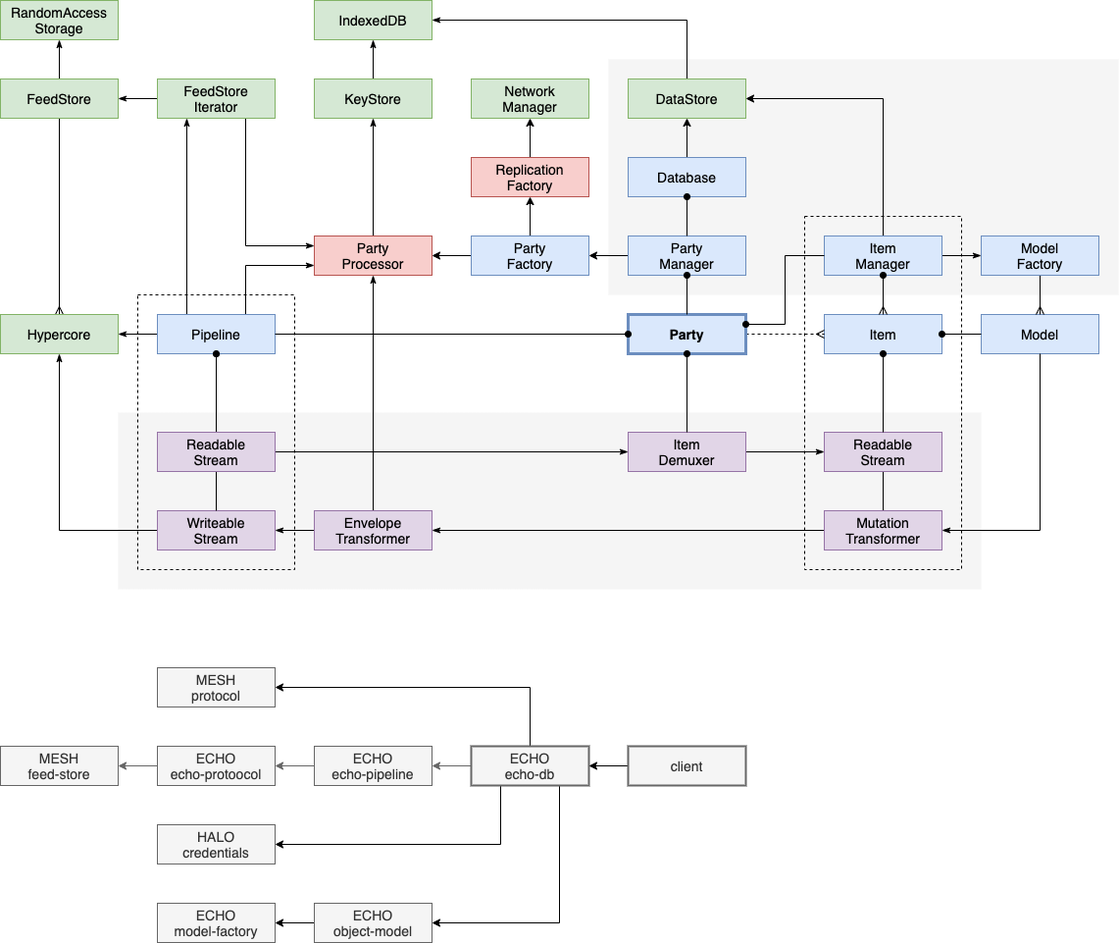
This is docs/content/diagrams/data-processing.png from dxos/dxos, a draw.io export, as it was before one commit. Source tidied: cells renumbered, new cells last; positions are measured from the earlier drawing's top-left corner, leaving out a move shared by most shapes.
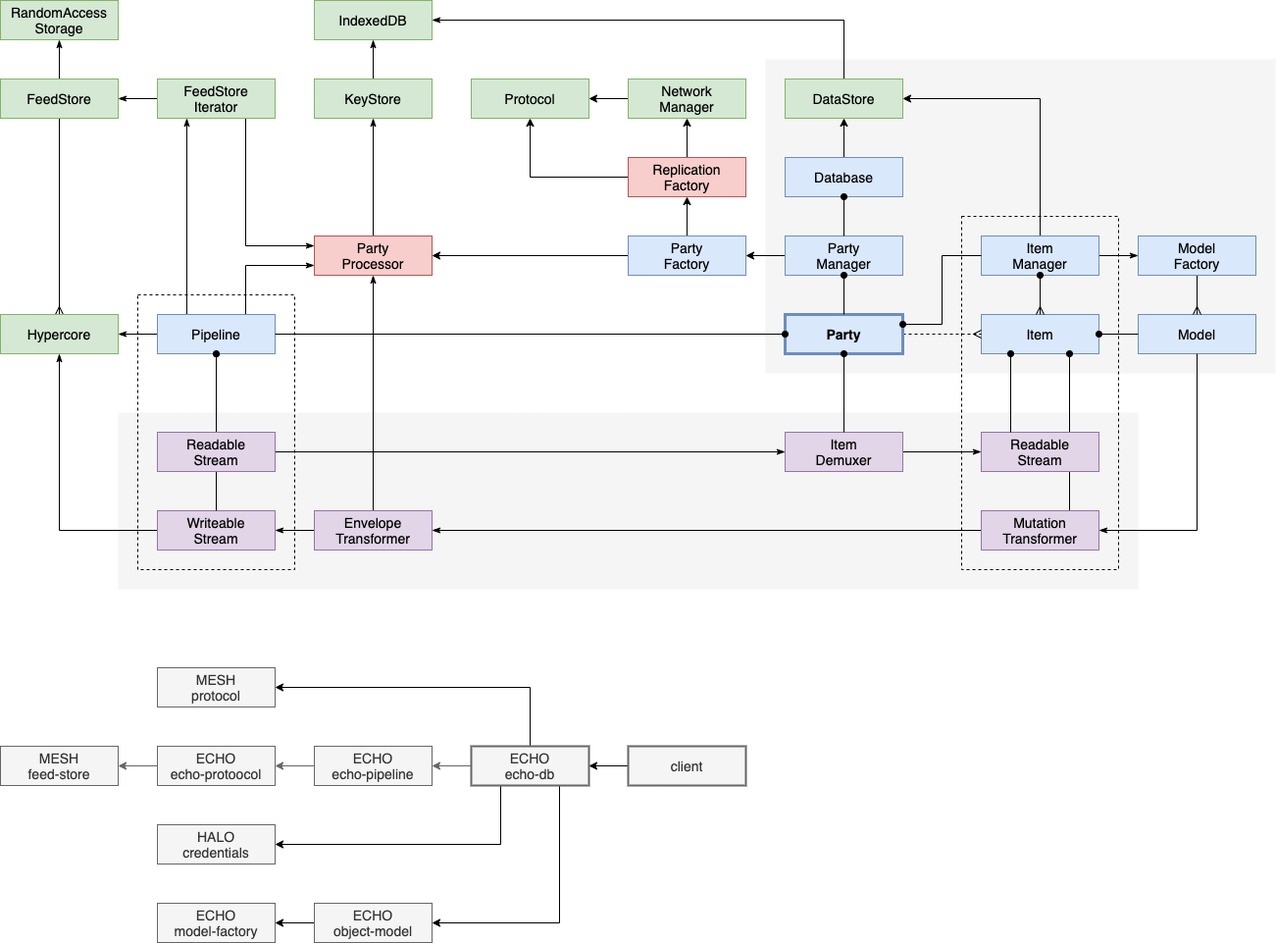
After the commit.

What changed in the source:
```diff
@@ -3,25 +3,25 @@
     <mxCell id="0" />
     <mxCell id="1" parent="0" />
     <mxCell id="2" style="rounded=0;whiteSpace=wrap;html=1;fontSize=14;fontFamily=Helvetica;fontStyle=0;fillColor=#f5f5f5;dashed=1;fontColor=#333333;strokeColor=none;" parent="1" vertex="1">
-      <mxGeometry x="120" y="420" width="880" height="180" as="geometry" />
+      <mxGeometry x="120" y="420" width="1040" height="180" as="geometry" />
     </mxCell>
     <mxCell id="3" style="rounded=0;whiteSpace=wrap;html=1;fontSize=14;fontFamily=Helvetica;fontStyle=0;fillColor=#f5f5f5;dashed=1;fontColor=#333333;strokeColor=none;" parent="1" vertex="1">
-      <mxGeometry x="620" y="60" width="520" height="240" as="geometry" />
+      <mxGeometry x="780" y="60" width="520" height="320" as="geometry" />
     </mxCell>
     <mxCell id="4" value="Item" style="rounded=0;whiteSpace=wrap;html=1;fontSize=14;fontFamily=Helvetica;fillColor=#dae8fc;strokeColor=#6c8ebf;" parent="1" vertex="1">
-      <mxGeometry x="840" y="320" width="120" height="40" as="geometry" />
+      <mxGeometry x="1000" y="320" width="120" height="40" as="geometry" />
     </mxCell>
     <mxCell id="5" style="edgeStyle=orthogonalEdgeStyle;rounded=0;jettySize=auto;html=1;exitX=0;exitY=0.5;exitDx=0;exitDy=0;entryX=1;entryY=0.5;entryDx=0;entryDy=0;startArrow=none;startFill=0;endArrow=classicThin;endFill=1;fontSize=14;" parent="1" edge="1" source="55" target="49">
       <mxGeometry relative="1" as="geometry" />
     </mxCell>
     <mxCell id="6" value="Model" style="rounded=0;whiteSpace=wrap;html=1;fontSize=14;fontFamily=Helvetica;fillColor=#dae8fc;strokeColor=#6c8ebf;" parent="1" vertex="1">
-      <mxGeometry x="1000" y="320" width="120" height="40" as="geometry" />
+      <mxGeometry x="1160" y="320" width="120" height="40" as="geometry" />
     </mxCell>
-    <mxCell id="7" style="edgeStyle=orthogonalEdgeStyle;rounded=0;jettySize=auto;html=1;exitX=0.5;exitY=1;exitDx=0;exitDy=0;endArrow=none;endFill=0;" parent="1" edge="1" source="8" target="55">
+    <mxCell id="7" style="edgeStyle=orthogonalEdgeStyle;rounded=0;jettySize=auto;html=1;exitX=0.75;exitY=1;exitDx=0;exitDy=0;endArrow=none;endFill=0;entryX=0.75;entryY=0;entryDx=0;entryDy=0;startArrow=oval;startFill=1;" parent="1" edge="1" source="4" target="55">
       <mxGeometry relative="1" as="geometry" />
     </mxCell>
     <mxCell id="8" value="Readable&lt;br style=&quot;font-size: 14px;&quot;&gt;Stream" style="rounded=0;whiteSpace=wrap;html=1;fontSize=14;fontFamily=Helvetica;fillColor=#e1d5e7;strokeColor=#9673a6;" parent="1" vertex="1">
-      <mxGeometry x="840" y="440" width="120" height="40" as="geometry" />
+      <mxGeometry x="1000" y="440" width="120" height="40" as="geometry" />
     </mxCell>
     <mxCell id="9" style="edgeStyle=orthogonalEdgeStyle;rounded=0;jettySize=auto;html=1;exitX=0;exitY=0.5;exitDx=0;exitDy=0;startArrow=none;startFill=0;endArrow=classicThin;endFill=1;fontSize=14;" parent="1" edge="1" source="10" target="24">
       <mxGeometry relative="1" as="geometry" />
@@ -33,13 +33,13 @@
       <mxGeometry relative="1" as="geometry" />
     </mxCell>
     <mxCell id="12" value="Model&lt;br style=&quot;font-size: 14px;&quot;&gt;Factory" style="rounded=0;whiteSpace=wrap;html=1;fontSize=14;fontFamily=Helvetica;fillColor=#dae8fc;strokeColor=#6c8ebf;" parent="1" vertex="1">
-      <mxGeometry x="1000" y="240" width="120" height="40" as="geometry" />
+      <mxGeometry x="1160" y="240" width="120" height="40" as="geometry" />
     </mxCell>
     <mxCell id="13" style="edgeStyle=orthogonalEdgeStyle;rounded=0;jettySize=auto;html=1;exitX=1;exitY=0.5;exitDx=0;exitDy=0;endArrow=ERmany;endFill=0;fontFamily=Helvetica;fontSize=14;dashed=1;" parent="1" edge="1" source="14" target="4">
       <mxGeometry relative="1" as="geometry" />
     </mxCell>
     <mxCell id="14" value="Party" style="rounded=0;whiteSpace=wrap;html=1;fontSize=14;fontFamily=Helvetica;fillColor=#dae8fc;strokeColor=#6c8ebf;strokeWidth=3;fontStyle=1;" parent="1" vertex="1">
-      <mxGeometry x="640" y="320" width="120" height="40" as="geometry" />
+      <mxGeometry x="800" y="320" width="120" height="40" as="geometry" />
     </mxCell>
     <mxCell id="15" style="edgeStyle=orthogonalEdgeStyle;rounded=0;jettySize=auto;html=1;exitX=0.5;exitY=1;exitDx=0;exitDy=0;entryX=0.5;entryY=0;entryDx=0;entryDy=0;endArrow=ERmany;endFill=0;fontFamily=Helvetica;fontSize=14;" parent="1" edge="1" source="17" target="24">
       <mxGeometry relative="1" as="geometry" />
@@ -57,13 +57,13 @@
       <mxGeometry relative="1" as="geometry" />
     </mxCell>
     <mxCell id="20" value="Item&lt;br style=&quot;font-size: 14px;&quot;&gt;Demuxer" style="rounded=0;whiteSpace=wrap;html=1;fontSize=14;fontFamily=Helvetica;fillColor=#e1d5e7;strokeColor=#9673a6;" parent="1" vertex="1">
-      <mxGeometry x="640" y="440" width="120" height="40" as="geometry" />
+      <mxGeometry x="800" y="440" width="120" height="40" as="geometry" />
     </mxCell>
     <mxCell id="21" style="edgeStyle=orthogonalEdgeStyle;rounded=0;jettySize=auto;html=1;exitX=0.5;exitY=0;exitDx=0;exitDy=0;entryX=1;entryY=0.5;entryDx=0;entryDy=0;endArrow=classicThin;endFill=1;fontFamily=Helvetica;fontSize=14;" parent="1" edge="1" source="22" target="23">
       <mxGeometry relative="1" as="geometry" />
     </mxCell>
     <mxCell id="22" value="DataStore" style="rounded=0;whiteSpace=wrap;html=1;fontSize=14;fontFamily=Helvetica;fillColor=#d5e8d4;strokeColor=#82b366;" parent="1" vertex="1">
-      <mxGeometry x="640" y="80" width="120" height="40" as="geometry" />
+      <mxGeometry x="800" y="80" width="120" height="40" as="geometry" />
     </mxCell>
     <mxCell id="23" value="IndexedDB" style="rounded=0;whiteSpace=wrap;html=1;fontSize=14;fontFamily=Helvetica;fillColor=#d5e8d4;strokeColor=#82b366;" parent="1" vertex="1">
       <mxGeometry x="320" width="120" height="40" as="geometry" />
@@ -120,9 +120,9 @@
       <mxGeometry relative="1" as="geometry" />
     </mxCell>
     <mxCell id="41" value="Item&lt;br style=&quot;font-size: 14px;&quot;&gt;Manager" style="rounded=0;whiteSpace=wrap;html=1;fontSize=14;fontFamily=Helvetica;fillColor=#dae8fc;strokeColor=#6c8ebf;" parent="1" vertex="1">
-      <mxGeometry x="840" y="240" width="120" height="40" as="geometry" />
+      <mxGeometry x="1000" y="240" width="120" height="40" as="geometry" />
     </mxCell>
-    <mxCell id="42" style="edgeStyle=orthogonalEdgeStyle;rounded=0;jettySize=auto;html=1;exitX=0.5;exitY=1;exitDx=0;exitDy=0;startArrow=oval;startFill=1;endArrow=none;endFill=0;fontSize=14;" parent="1" edge="1" source="4" target="8">
+    <mxCell id="42" style="edgeStyle=orthogonalEdgeStyle;rounded=0;jettySize=auto;html=1;exitX=0.25;exitY=1;exitDx=0;exitDy=0;startArrow=oval;startFill=1;endArrow=none;endFill=0;fontSize=14;entryX=0.25;entryY=0;entryDx=0;entryDy=0;" parent="1" edge="1" source="4" target="8">
       <mxGeometry relative="1" as="geometry" />
     </mxCell>
     <mxCell id="43" style="edgeStyle=orthogonalEdgeStyle;rounded=0;jettySize=auto;html=1;exitX=0;exitY=0.5;exitDx=0;exitDy=0;startArrow=oval;startFill=1;endArrow=none;endFill=0;fontSize=14;" parent="1" edge="1" source="14" target="37">
@@ -132,7 +132,7 @@
       <mxGeometry relative="1" as="geometry" />
     </mxCell>
     <mxCell id="45" value="Database" style="rounded=0;whiteSpace=wrap;html=1;fontSize=14;fontFamily=Helvetica;fillColor=#dae8fc;strokeColor=#6c8ebf;fontStyle=0;strokeWidth=1;" parent="1" vertex="1">
-      <mxGeometry x="640" y="160" width="120" height="40" as="geometry" />
+      <mxGeometry x="800" y="160" width="120" height="40" as="geometry" />
     </mxCell>
     <mxCell id="46" style="edgeStyle=orthogonalEdgeStyle;rounded=0;jettySize=auto;html=1;exitX=0.5;exitY=1;exitDx=0;exitDy=0;startArrow=oval;startFill=1;endArrow=none;endFill=0;fontSize=14;" parent="1" edge="1" source="14" target="20">
       <mxGeometry relative="1" as="geometry" />
@@ -162,19 +162,19 @@
       <mxGeometry relative="1" as="geometry" />
     </mxCell>
     <mxCell id="55" value="Mutation&lt;br&gt;Transformer" style="rounded=0;whiteSpace=wrap;html=1;fontSize=14;fontFamily=Helvetica;fillColor=#e1d5e7;strokeColor=#9673a6;" parent="1" vertex="1">
-      <mxGeometry x="840" y="520" width="120" height="40" as="geometry" />
+      <mxGeometry x="1000" y="520" width="120" height="40" as="geometry" />
     </mxCell>
     <mxCell id="56" style="edgeStyle=orthogonalEdgeStyle;rounded=0;jettySize=auto;html=1;exitX=0.5;exitY=1;exitDx=0;exitDy=0;entryX=1;entryY=0.5;entryDx=0;entryDy=0;startArrow=none;startFill=0;endArrow=classicThin;endFill=1;fontSize=14;" parent="1" edge="1" source="6" target="55">
       <mxGeometry relative="1" as="geometry" />
     </mxCell>
     <mxCell id="57" style="rounded=0;whiteSpace=wrap;html=1;fontSize=14;fontFamily=Helvetica;fontStyle=0;fillColor=none;dashed=1;" parent="1" vertex="1">
-      <mxGeometry x="820" y="220" width="160" height="360" as="geometry" />
+      <mxGeometry x="980" y="220" width="160" height="360" as="geometry" />
     </mxCell>
     <mxCell id="58" style="edgeStyle=orthogonalEdgeStyle;rounded=0;jettySize=auto;html=1;exitX=0;exitY=0.5;exitDx=0;exitDy=0;" parent="1" edge="1" source="59" target="83">
       <mxGeometry relative="1" as="geometry" />
     </mxCell>
     <mxCell id="59" value="Party&lt;br&gt;Manager" style="rounded=0;whiteSpace=wrap;html=1;fontSize=14;fontFamily=Helvetica;fillColor=#dae8fc;strokeColor=#6c8ebf;fontStyle=0;strokeWidth=1;" parent="1" vertex="1">
-      <mxGeometry x="640" y="240" width="120" height="40" as="geometry" />
+      <mxGeometry x="800" y="240" width="120" height="40" as="geometry" />
     </mxCell>
     <mxCell id="60" style="edgeStyle=orthogonalEdgeStyle;rounded=0;jettySize=auto;html=1;exitX=0.5;exitY=1;exitDx=0;exitDy=0;startArrow=oval;startFill=1;endArrow=none;endFill=0;" parent="1" edge="1" source="45" target="59">
       <mxGeometry relative="1" as="geometry" />
@@ -236,8 +236,11 @@
     <mxCell id="79" style="edgeStyle=orthogonalEdgeStyle;rounded=0;jettySize=auto;html=1;exitX=0.5;exitY=0;exitDx=0;exitDy=0;" parent="1" edge="1" source="80" target="84">
       <mxGeometry relative="1" as="geometry" />
     </mxCell>
+    <mxCell id="85" style="edgeStyle=orthogonalEdgeStyle;rounded=0;jettySize=auto;html=1;exitX=0;exitY=0.5;exitDx=0;exitDy=0;" parent="1" edge="1" source="80" target="87">
+      <mxGeometry relative="1" as="geometry" />
+    </mxCell>
     <mxCell id="80" value="Replication&lt;br&gt;Factory" style="rounded=0;whiteSpace=wrap;html=1;fontSize=14;fontFamily=Helvetica;fillColor=#f8cecc;strokeColor=#b85450;fontStyle=0;" parent="1" vertex="1">
-      <mxGeometry x="480" y="160" width="120" height="40" as="geometry" />
+      <mxGeometry x="640" y="160" width="120" height="40" as="geometry" />
     </mxCell>
     <mxCell id="81" style="edgeStyle=orthogonalEdgeStyle;rounded=0;jettySize=auto;html=1;exitX=0.5;exitY=0;exitDx=0;exitDy=0;" parent="1" edge="1" source="83" target="80">
       <mxGeometry relative="1" as="geometry" />
@@ -246,10 +249,16 @@
       <mxGeometry relative="1" as="geometry" />
     </mxCell>
     <mxCell id="83" value="Party&lt;br&gt;Factory" style="rounded=0;whiteSpace=wrap;html=1;fontSize=14;fontFamily=Helvetica;fillColor=#dae8fc;strokeColor=#6c8ebf;fontStyle=0;strokeWidth=1;" parent="1" vertex="1">
-      <mxGeometry x="480" y="240" width="120" height="40" as="geometry" />
+      <mxGeometry x="640" y="240" width="120" height="40" as="geometry" />
     </mxCell>
+    <mxCell id="86" style="edgeStyle=orthogonalEdgeStyle;rounded=0;jettySize=auto;html=1;exitX=0;exitY=0.5;exitDx=0;exitDy=0;" parent="1" edge="1" source="84" target="87">
+      <mxGeometry relative="1" as="geometry" />
+    </mxCell>
     <mxCell id="84" value="Network&lt;br&gt;Manager" style="rounded=0;whiteSpace=wrap;html=1;fontSize=14;fontFamily=Helvetica;fillColor=#d5e8d4;strokeColor=#82b366;" parent="1" vertex="1">
-      <mxGeometry x="480" y="80" width="120" height="40" as="geometry" />
+      <mxGeometry x="640" y="80" width="120" height="40" as="geometry" />
     </mxCell>
+    <mxCell id="87" value="Protocol" style="rounded=0;whiteSpace=wrap;html=1;fontSize=14;fontFamily=Helvetica;fillColor=#d5e8d4;strokeColor=#82b366;" parent="1" vertex="1">
+      <mxGeometry x="480" y="80" width="120" height="40" as="geometry" />
+    </mxCell>
   </root>
 </mxGraphModel>
```
